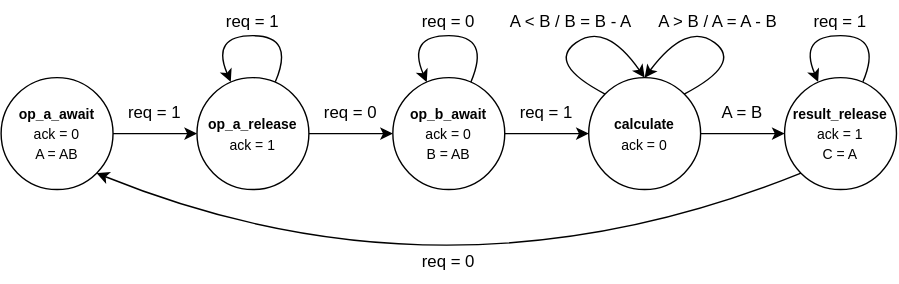
Earlier version of the draw.io export Figures/task2_fsm.svg (madsamtoft/G70_A1_SystemVerilog). Source tidied: cells renumbered, new cells last; positions are measured from the earlier drawing's top-left corner, leaving out a move shared by most shapes. The source it was exported from:
```xml
<mxGraphModel>
  <root>
    <mxCell id="0" />
    <mxCell id="1" parent="0" />
    <mxCell id="2" value="&lt;b&gt;&lt;font style=&quot;font-size: 10px;&quot;&gt;op_a_await&lt;/font&gt;&lt;/b&gt;&lt;div&gt;&lt;font style=&quot;font-size: 10px;&quot;&gt;ack = 0&lt;/font&gt;&lt;/div&gt;&lt;div&gt;&lt;font style=&quot;font-size: 10px;&quot;&gt;A = AB&lt;/font&gt;&lt;/div&gt;" style="ellipse;whiteSpace=wrap;html=1;" parent="1" vertex="1">
      <mxGeometry y="55" width="80" height="80" as="geometry" />
    </mxCell>
    <mxCell id="3" value="&lt;b&gt;&lt;font style=&quot;font-size: 10px;&quot;&gt;op_a_release&lt;/font&gt;&lt;/b&gt;&lt;div&gt;&lt;font style=&quot;font-size: 10px;&quot;&gt;ack = 1&lt;/font&gt;&lt;/div&gt;" style="ellipse;whiteSpace=wrap;html=1;" parent="1" vertex="1">
      <mxGeometry x="140" y="55" width="80" height="80" as="geometry" />
    </mxCell>
    <mxCell id="4" value="&lt;b&gt;&lt;font style=&quot;font-size: 10px;&quot;&gt;op_b_await&lt;/font&gt;&lt;/b&gt;&lt;div&gt;&lt;font style=&quot;font-size: 10px;&quot;&gt;ack = 0&lt;/font&gt;&lt;/div&gt;&lt;div&gt;&lt;font style=&quot;font-size: 10px;&quot;&gt;B = AB&lt;/font&gt;&lt;/div&gt;" style="ellipse;whiteSpace=wrap;html=1;" parent="1" vertex="1">
      <mxGeometry x="280" y="55" width="80" height="80" as="geometry" />
    </mxCell>
    <mxCell id="5" value="&lt;b&gt;&lt;font style=&quot;font-size: 10px;&quot;&gt;calculate&lt;/font&gt;&lt;/b&gt;&lt;div&gt;&lt;font style=&quot;font-size: 10px;&quot;&gt;ack = 0&lt;/font&gt;&lt;/div&gt;" style="ellipse;whiteSpace=wrap;html=1;" parent="1" vertex="1">
      <mxGeometry x="420" y="55" width="80" height="80" as="geometry" />
    </mxCell>
    <mxCell id="6" value="&lt;b&gt;&lt;font style=&quot;font-size: 10px;&quot;&gt;result_release&lt;/font&gt;&lt;/b&gt;&lt;div&gt;&lt;font style=&quot;font-size: 10px;&quot;&gt;ack = 1&lt;/font&gt;&lt;/div&gt;&lt;div&gt;&lt;font style=&quot;font-size: 10px;&quot;&gt;C = A&lt;/font&gt;&lt;/div&gt;" style="ellipse;whiteSpace=wrap;html=1;" parent="1" vertex="1">
      <mxGeometry x="560" y="55" width="80" height="80" as="geometry" />
    </mxCell>
    <mxCell id="7" style="endArrow=classic;html=1;rounded=0;exitX=1;exitY=0.5;exitDx=0;exitDy=0;entryX=0;entryY=0.5;entryDx=0;entryDy=0;" parent="1" edge="1" source="2" target="3">
      <mxGeometry relative="1" as="geometry" />
    </mxCell>
    <mxCell id="8" style="endArrow=classic;html=1;rounded=0;exitX=1;exitY=0.5;exitDx=0;exitDy=0;entryX=0;entryY=0.5;entryDx=0;entryDy=0;" parent="1" edge="1" source="3" target="4">
      <mxGeometry relative="1" as="geometry" />
    </mxCell>
    <mxCell id="9" style="endArrow=classic;html=1;rounded=0;exitX=1;exitY=0.5;exitDx=0;exitDy=0;" parent="1" edge="1" source="4" target="5">
      <mxGeometry relative="1" as="geometry" />
    </mxCell>
    <mxCell id="10" style="endArrow=classic;html=1;rounded=0;exitX=1;exitY=0.5;exitDx=0;exitDy=0;" parent="1" edge="1" source="5" target="6">
      <mxGeometry relative="1" as="geometry" />
    </mxCell>
    <mxCell id="11" style="curved=1;endArrow=classic;html=1;rounded=0;exitX=0;exitY=1;exitDx=0;exitDy=0;entryX=1;entryY=1;entryDx=0;entryDy=0;" parent="1" edge="1" source="6" target="2">
      <mxGeometry relative="1" as="geometry">
        <Array as="points">
          <mxPoint x="320" y="225" />
        </Array>
      </mxGeometry>
    </mxCell>
    <mxCell id="12" value="req = 1" style="text;html=1;align=center;verticalAlign=middle;whiteSpace=wrap;rounded=0;" parent="1" vertex="1">
      <mxGeometry x="150" width="60" height="30" as="geometry" />
    </mxCell>
    <mxCell id="13" style="curved=1;endArrow=classic;html=1;rounded=0;" parent="1" edge="1" source="4" target="4">
      <mxGeometry relative="1" as="geometry">
        <Array as="points">
          <mxPoint x="350" y="25" />
          <mxPoint x="290" y="25" />
        </Array>
      </mxGeometry>
    </mxCell>
    <mxCell id="14" value="req = 0" style="text;html=1;align=center;verticalAlign=middle;whiteSpace=wrap;rounded=0;" parent="1" vertex="1">
      <mxGeometry x="290" width="60" height="30" as="geometry" />
    </mxCell>
    <mxCell id="15" style="curved=1;endArrow=classic;html=1;rounded=0;exitX=1;exitY=0;exitDx=0;exitDy=0;entryX=0.5;entryY=0;entryDx=0;entryDy=0;" parent="1" edge="1" source="5" target="5">
      <mxGeometry relative="1" as="geometry">
        <Array as="points">
          <mxPoint x="530" y="45" />
          <mxPoint x="490" y="15" />
        </Array>
      </mxGeometry>
    </mxCell>
    <mxCell id="16" value="A &amp;gt; B / A = A - B" style="text;html=1;align=center;verticalAlign=middle;whiteSpace=wrap;rounded=0;" parent="1" vertex="1">
      <mxGeometry x="465" y="5" width="95" height="20" as="geometry" />
    </mxCell>
    <mxCell id="17" value="req = 1" style="text;html=1;align=center;verticalAlign=middle;whiteSpace=wrap;rounded=0;" parent="1" vertex="1">
      <mxGeometry x="565" width="70" height="30" as="geometry" />
    </mxCell>
    <mxCell id="18" value="req = 0" style="text;html=1;align=center;verticalAlign=middle;whiteSpace=wrap;rounded=0;" parent="1" vertex="1">
      <mxGeometry x="290" y="172" width="60" height="30" as="geometry" />
    </mxCell>
    <mxCell id="19" value="req = 1" style="text;html=1;align=center;verticalAlign=middle;whiteSpace=wrap;rounded=0;" parent="1" vertex="1">
      <mxGeometry x="80" y="65" width="60" height="30" as="geometry" />
    </mxCell>
    <mxCell id="20" style="curved=1;endArrow=classic;html=1;rounded=0;exitX=0;exitY=0;exitDx=0;exitDy=0;" parent="1" edge="1" source="5">
      <mxGeometry relative="1" as="geometry">
        <mxPoint x="460" y="55" as="targetPoint" />
        <Array as="points">
          <mxPoint x="390" y="45" />
          <mxPoint x="432" y="15" />
        </Array>
      </mxGeometry>
    </mxCell>
    <mxCell id="21" value="A &amp;lt; B / B = B - A" style="text;html=1;align=center;verticalAlign=middle;whiteSpace=wrap;rounded=0;" parent="1" vertex="1">
      <mxGeometry x="360" y="5" width="95" height="20" as="geometry" />
    </mxCell>
    <mxCell id="22" style="curved=1;endArrow=classic;html=1;rounded=0;entryX=0.302;entryY=0.038;entryDx=0;entryDy=0;entryPerimeter=0;" parent="1" edge="1" target="3">
      <mxGeometry relative="1" as="geometry">
        <mxPoint x="196" y="58" as="sourcePoint" />
        <Array as="points">
          <mxPoint x="210" y="25" />
          <mxPoint x="150" y="25" />
        </Array>
      </mxGeometry>
    </mxCell>
    <mxCell id="23" style="curved=1;endArrow=classic;html=1;rounded=0;" parent="1" edge="1">
      <mxGeometry relative="1" as="geometry">
        <mxPoint x="616" y="58" as="sourcePoint" />
        <mxPoint x="584" y="58" as="targetPoint" />
        <Array as="points">
          <mxPoint x="630" y="25" />
          <mxPoint x="570" y="25" />
        </Array>
      </mxGeometry>
    </mxCell>
    <mxCell id="24" value="req = 0" style="text;html=1;align=center;verticalAlign=middle;whiteSpace=wrap;rounded=0;" parent="1" vertex="1">
      <mxGeometry x="220" y="65" width="60" height="30" as="geometry" />
    </mxCell>
    <mxCell id="25" value="req = 1" style="text;html=1;align=center;verticalAlign=middle;whiteSpace=wrap;rounded=0;" parent="1" vertex="1">
      <mxGeometry x="360" y="65" width="60" height="30" as="geometry" />
    </mxCell>
    <mxCell id="26" value="A = B" style="text;html=1;align=center;verticalAlign=middle;whiteSpace=wrap;rounded=0;" parent="1" vertex="1">
      <mxGeometry x="500" y="65" width="60" height="30" as="geometry" />
    </mxCell>
  </root>
</mxGraphModel>
```
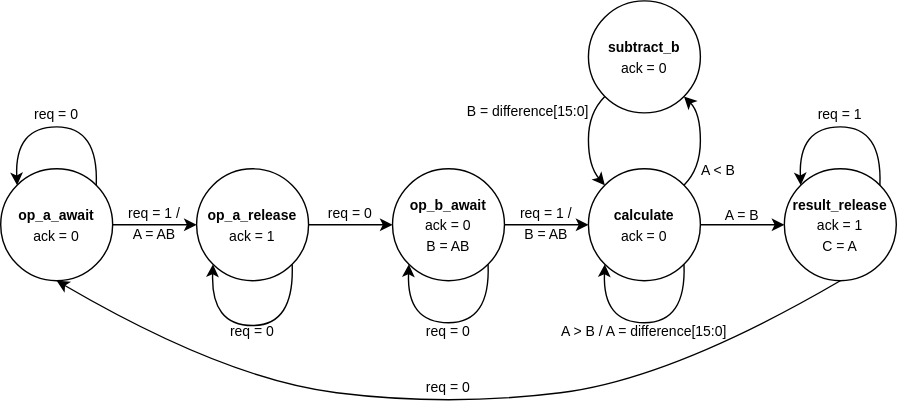
The same diagram one commit later.

Commit message:
VHDL changes and updated FSM svg

What changed in the source:
```diff
@@ -2,7 +2,7 @@
   <root>
     <mxCell id="0" />
     <mxCell id="1" parent="0" />
-    <mxCell id="2" value="&lt;b&gt;&lt;font style=&quot;font-size: 10px;&quot;&gt;op_a_await&lt;/font&gt;&lt;/b&gt;&lt;div&gt;&lt;font style=&quot;font-size: 10px;&quot;&gt;ack = 0&lt;/font&gt;&lt;/div&gt;&lt;div&gt;&lt;font style=&quot;font-size: 10px;&quot;&gt;A = AB&lt;/font&gt;&lt;/div&gt;" style="ellipse;whiteSpace=wrap;html=1;" parent="1" vertex="1">
+    <mxCell id="2" value="&lt;b&gt;&lt;font style=&quot;font-size: 10px;&quot;&gt;op_a_await&lt;/font&gt;&lt;/b&gt;&lt;div&gt;&lt;font style=&quot;font-size: 10px;&quot;&gt;ack = 0&lt;/font&gt;&lt;/div&gt;" style="ellipse;whiteSpace=wrap;html=1;" parent="1" vertex="1">
       <mxGeometry y="55" width="80" height="80" as="geometry" />
     </mxCell>
     <mxCell id="3" value="&lt;b&gt;&lt;font style=&quot;font-size: 10px;&quot;&gt;op_a_release&lt;/font&gt;&lt;/b&gt;&lt;div&gt;&lt;font style=&quot;font-size: 10px;&quot;&gt;ack = 1&lt;/font&gt;&lt;/div&gt;" style="ellipse;whiteSpace=wrap;html=1;" parent="1" vertex="1">
@@ -29,86 +29,109 @@
     <mxCell id="10" style="endArrow=classic;html=1;rounded=0;exitX=1;exitY=0.5;exitDx=0;exitDy=0;" parent="1" edge="1" source="5" target="6">
       <mxGeometry relative="1" as="geometry" />
     </mxCell>
-    <mxCell id="11" style="curved=1;endArrow=classic;html=1;rounded=0;exitX=0;exitY=1;exitDx=0;exitDy=0;entryX=1;entryY=1;entryDx=0;entryDy=0;" parent="1" edge="1" source="6" target="2">
+    <mxCell id="11" style="curved=1;endArrow=classic;html=1;rounded=0;exitX=0.5;exitY=1;exitDx=0;exitDy=0;entryX=0.5;entryY=1;entryDx=0;entryDy=0;" parent="1" edge="1" source="6" target="2">
       <mxGeometry relative="1" as="geometry">
         <Array as="points">
+          <mxPoint x="480" y="205" />
           <mxPoint x="320" y="225" />
+          <mxPoint x="160" y="205" />
         </Array>
       </mxGeometry>
     </mxCell>
-    <mxCell id="12" value="req = 1" style="text;html=1;align=center;verticalAlign=middle;whiteSpace=wrap;rounded=0;" parent="1" vertex="1">
-      <mxGeometry x="150" width="60" height="30" as="geometry" />
-    </mxCell>
+    <mxCell id="23" style="curved=1;endArrow=classic;html=1;rounded=0;entryX=0;entryY=0;entryDx=0;entryDy=0;exitX=1;exitY=0;exitDx=0;exitDy=0;" parent="1" edge="1" source="6" target="6">
+      <mxGeometry relative="1" as="geometry">
+        <Array as="points">
+          <mxPoint x="630" y="25" />
+          <mxPoint x="570" y="25" />
+        </Array>
+      </mxGeometry>
+    </mxCell>
+    <mxCell id="27" style="curved=1;endArrow=classic;html=1;rounded=0;exitX=1;exitY=0;exitDx=0;exitDy=0;entryX=0;entryY=0;entryDx=0;entryDy=0;" parent="1" edge="1" source="2" target="2">
+      <mxGeometry relative="1" as="geometry">
+        <Array as="points">
+          <mxPoint x="70" y="25" />
+          <mxPoint x="10" y="25" />
+        </Array>
+      </mxGeometry>
+    </mxCell>
+    <mxCell id="28" value="&lt;b&gt;&lt;font style=&quot;font-size: 10px;&quot;&gt;subtract_b&lt;/font&gt;&lt;/b&gt;&lt;div&gt;&lt;span style=&quot;font-size: 10px;&quot;&gt;ack = 0&lt;/span&gt;&lt;/div&gt;" style="ellipse;whiteSpace=wrap;html=1;" parent="1" vertex="1">
+      <mxGeometry x="420" y="-65" width="80" height="80" as="geometry" />
+    </mxCell>
+    <mxCell id="29" style="curved=1;endArrow=classic;html=1;rounded=0;exitX=1;exitY=0;exitDx=0;exitDy=0;entryX=1;entryY=1;entryDx=0;entryDy=0;" parent="1" edge="1" source="5" target="28">
+      <mxGeometry relative="1" as="geometry">
+        <Array as="points">
+          <mxPoint x="500" y="55" />
+          <mxPoint x="500" y="15" />
+        </Array>
+      </mxGeometry>
+    </mxCell>
+    <mxCell id="15" style="curved=1;endArrow=classic;html=1;rounded=0;exitX=1;exitY=1;exitDx=0;exitDy=0;entryX=0;entryY=1;entryDx=0;entryDy=0;" parent="1" edge="1" source="5" target="5">
+      <mxGeometry relative="1" as="geometry">
+        <Array as="points">
+          <mxPoint x="490" y="165" />
+          <mxPoint x="430" y="165" />
+        </Array>
+      </mxGeometry>
+    </mxCell>
+    <mxCell id="30" value="&lt;font style=&quot;font-size: 10px;&quot;&gt;A &amp;gt; B / A = difference[15:0]&lt;/font&gt;" style="text;html=1;align=center;verticalAlign=middle;whiteSpace=wrap;rounded=0;" parent="1" vertex="1">
+      <mxGeometry x="395" y="160" width="130" height="22" as="geometry" />
+    </mxCell>
+    <mxCell id="31" value="&lt;font style=&quot;font-size: 10px;&quot;&gt;A &amp;lt; B&lt;/font&gt;" style="text;html=1;align=center;verticalAlign=middle;whiteSpace=wrap;rounded=0;rotation=0;" parent="1" vertex="1">
+      <mxGeometry x="498" y="45" width="30" height="22" as="geometry" />
+    </mxCell>
+    <mxCell id="32" style="curved=1;endArrow=classic;html=1;rounded=0;exitX=0;exitY=1;exitDx=0;exitDy=0;entryX=0;entryY=0;entryDx=0;entryDy=0;" parent="1" edge="1" source="28" target="5">
+      <mxGeometry relative="1" as="geometry">
+        <Array as="points">
+          <mxPoint x="420" y="15" />
+          <mxPoint x="420" y="53" />
+        </Array>
+      </mxGeometry>
+    </mxCell>
+    <mxCell id="33" value="&lt;font style=&quot;font-size: 10px;&quot;&gt;B = difference[15:0]&lt;/font&gt;" style="text;html=1;align=center;verticalAlign=middle;whiteSpace=wrap;rounded=0;rotation=0;" parent="1" vertex="1">
+      <mxGeometry x="332" y="3" width="90" height="22" as="geometry" />
+    </mxCell>
-    <mxCell id="13" style="curved=1;endArrow=classic;html=1;rounded=0;" parent="1" edge="1" source="4" target="4">
+    <mxCell id="13" style="curved=1;endArrow=classic;html=1;rounded=0;exitX=1;exitY=1;exitDx=0;exitDy=0;entryX=0;entryY=1;entryDx=0;entryDy=0;" parent="1" edge="1" source="4" target="4">
       <mxGeometry relative="1" as="geometry">
         <Array as="points">
-          <mxPoint x="350" y="25" />
-          <mxPoint x="290" y="25" />
+          <mxPoint x="350" y="165" />
+          <mxPoint x="290" y="165" />
         </Array>
       </mxGeometry>
     </mxCell>
-    <mxCell id="14" value="req = 0" style="text;html=1;align=center;verticalAlign=middle;whiteSpace=wrap;rounded=0;" parent="1" vertex="1">
-      <mxGeometry x="290" width="60" height="30" as="geometry" />
-    </mxCell>
-    <mxCell id="15" style="curved=1;endArrow=classic;html=1;rounded=0;exitX=1;exitY=0;exitDx=0;exitDy=0;entryX=0.5;entryY=0;entryDx=0;entryDy=0;" parent="1" edge="1" source="5" target="5">
-      <mxGeometry relative="1" as="geometry">
-        <Array as="points">
-          <mxPoint x="530" y="45" />
-          <mxPoint x="490" y="15" />
-        </Array>
-      </mxGeometry>
-    </mxCell>
-    <mxCell id="16" value="A &amp;gt; B / A = A - B" style="text;html=1;align=center;verticalAlign=middle;whiteSpace=wrap;rounded=0;" parent="1" vertex="1">
-      <mxGeometry x="465" y="5" width="95" height="20" as="geometry" />
-    </mxCell>
-    <mxCell id="17" value="req = 1" style="text;html=1;align=center;verticalAlign=middle;whiteSpace=wrap;rounded=0;" parent="1" vertex="1">
-      <mxGeometry x="565" width="70" height="30" as="geometry" />
-    </mxCell>
-    <mxCell id="18" value="req = 0" style="text;html=1;align=center;verticalAlign=middle;whiteSpace=wrap;rounded=0;" parent="1" vertex="1">
-      <mxGeometry x="290" y="172" width="60" height="30" as="geometry" />
-    </mxCell>
-    <mxCell id="19" value="req = 1" style="text;html=1;align=center;verticalAlign=middle;whiteSpace=wrap;rounded=0;" parent="1" vertex="1">
-      <mxGeometry x="80" y="65" width="60" height="30" as="geometry" />
-    </mxCell>
-    <mxCell id="20" style="curved=1;endArrow=classic;html=1;rounded=0;exitX=0;exitY=0;exitDx=0;exitDy=0;" parent="1" edge="1" source="5">
-      <mxGeometry relative="1" as="geometry">
-        <mxPoint x="460" y="55" as="targetPoint" />
-        <Array as="points">
-          <mxPoint x="390" y="45" />
-          <mxPoint x="432" y="15" />
-        </Array>
-      </mxGeometry>
-    </mxCell>
-    <mxCell id="21" value="A &amp;lt; B / B = B - A" style="text;html=1;align=center;verticalAlign=middle;whiteSpace=wrap;rounded=0;" parent="1" vertex="1">
-      <mxGeometry x="360" y="5" width="95" height="20" as="geometry" />
-    </mxCell>
-    <mxCell id="22" style="curved=1;endArrow=classic;html=1;rounded=0;entryX=0.302;entryY=0.038;entryDx=0;entryDy=0;entryPerimeter=0;" parent="1" edge="1" target="3">
-      <mxGeometry relative="1" as="geometry">
-        <mxPoint x="196" y="58" as="sourcePoint" />
-        <Array as="points">
-          <mxPoint x="210" y="25" />
-          <mxPoint x="150" y="25" />
-        </Array>
-      </mxGeometry>
-    </mxCell>
-    <mxCell id="23" style="curved=1;endArrow=classic;html=1;rounded=0;" parent="1" edge="1">
-      <mxGeometry relative="1" as="geometry">
-        <mxPoint x="616" y="58" as="sourcePoint" />
-        <mxPoint x="584" y="58" as="targetPoint" />
-        <Array as="points">
-          <mxPoint x="630" y="25" />
-          <mxPoint x="570" y="25" />
-        </Array>
-      </mxGeometry>
-    </mxCell>
-    <mxCell id="24" value="req = 0" style="text;html=1;align=center;verticalAlign=middle;whiteSpace=wrap;rounded=0;" parent="1" vertex="1">
-      <mxGeometry x="220" y="65" width="60" height="30" as="geometry" />
-    </mxCell>
-    <mxCell id="25" value="req = 1" style="text;html=1;align=center;verticalAlign=middle;whiteSpace=wrap;rounded=0;" parent="1" vertex="1">
-      <mxGeometry x="360" y="65" width="60" height="30" as="geometry" />
-    </mxCell>
+    <mxCell id="34" value="&lt;font style=&quot;font-size: 10px;&quot;&gt;req = 0&lt;/font&gt;" style="text;html=1;align=center;verticalAlign=middle;whiteSpace=wrap;rounded=0;" parent="1" vertex="1">
+      <mxGeometry x="220" y="77" width="60" height="20" as="geometry" />
+    </mxCell>
+    <mxCell id="35" value="&lt;font style=&quot;font-size: 10px;&quot;&gt;req = 1 /&lt;/font&gt;&lt;div&gt;&lt;font style=&quot;font-size: 10px;&quot;&gt;A = AB&lt;/font&gt;&lt;/div&gt;" style="text;html=1;align=center;verticalAlign=middle;whiteSpace=wrap;rounded=0;" parent="1" vertex="1">
+      <mxGeometry x="80" y="80" width="60" height="28" as="geometry" />
+    </mxCell>
-    <mxCell id="26" value="A = B" style="text;html=1;align=center;verticalAlign=middle;whiteSpace=wrap;rounded=0;" parent="1" vertex="1">
-      <mxGeometry x="500" y="65" width="60" height="30" as="geometry" />
+    <mxCell id="26" value="&lt;font style=&quot;font-size: 10px;&quot;&gt;A = B&lt;/font&gt;" style="text;html=1;align=center;verticalAlign=middle;whiteSpace=wrap;rounded=0;" parent="1" vertex="1">
+      <mxGeometry x="500" y="78" width="60" height="20" as="geometry" />
     </mxCell>
+    <mxCell id="36" style="curved=1;endArrow=classic;html=1;rounded=0;exitX=1;exitY=1;exitDx=0;exitDy=0;entryX=0;entryY=1;entryDx=0;entryDy=0;" parent="1" edge="1" source="3" target="3">
+      <mxGeometry relative="1" as="geometry">
+        <Array as="points">
+          <mxPoint x="210" y="167" />
+          <mxPoint x="150" y="167" />
+        </Array>
+      </mxGeometry>
+    </mxCell>
+    <mxCell id="37" value="&lt;font style=&quot;font-size: 10px;&quot;&gt;req = 0&lt;/font&gt;" style="text;html=1;align=center;verticalAlign=middle;whiteSpace=wrap;rounded=0;" parent="1" vertex="1">
+      <mxGeometry x="150" y="161" width="60" height="20" as="geometry" />
+    </mxCell>
+    <mxCell id="38" value="&lt;font style=&quot;font-size: 10px;&quot;&gt;req = 0&lt;/font&gt;" style="text;html=1;align=center;verticalAlign=middle;whiteSpace=wrap;rounded=0;" parent="1" vertex="1">
+      <mxGeometry x="290" y="161" width="60" height="20" as="geometry" />
+    </mxCell>
+    <mxCell id="39" value="&lt;font style=&quot;font-size: 10px;&quot;&gt;req = 0&lt;/font&gt;" style="text;html=1;align=center;verticalAlign=middle;whiteSpace=wrap;rounded=0;" parent="1" vertex="1">
+      <mxGeometry x="290" y="201" width="60" height="20" as="geometry" />
+    </mxCell>
+    <mxCell id="40" value="&lt;font style=&quot;font-size: 10px;&quot;&gt;req = 1&lt;/font&gt;" style="text;html=1;align=center;verticalAlign=middle;whiteSpace=wrap;rounded=0;" parent="1" vertex="1">
+      <mxGeometry x="570" y="6" width="60" height="20" as="geometry" />
+    </mxCell>
+    <mxCell id="41" value="&lt;font style=&quot;font-size: 10px;&quot;&gt;req = 0&lt;/font&gt;" style="text;html=1;align=center;verticalAlign=middle;whiteSpace=wrap;rounded=0;" parent="1" vertex="1">
+      <mxGeometry x="10" y="6" width="60" height="20" as="geometry" />
+    </mxCell>
+    <mxCell id="42" value="&lt;font style=&quot;font-size: 10px;&quot;&gt;req = 1 /&lt;/font&gt;&lt;div&gt;&lt;font style=&quot;font-size: 10px;&quot;&gt;B = AB&lt;/font&gt;&lt;/div&gt;" style="text;html=1;align=center;verticalAlign=middle;whiteSpace=wrap;rounded=0;" parent="1" vertex="1">
+      <mxGeometry x="360" y="80" width="60" height="28" as="geometry" />
+    </mxCell>
   </root>
 </mxGraphModel>
```
